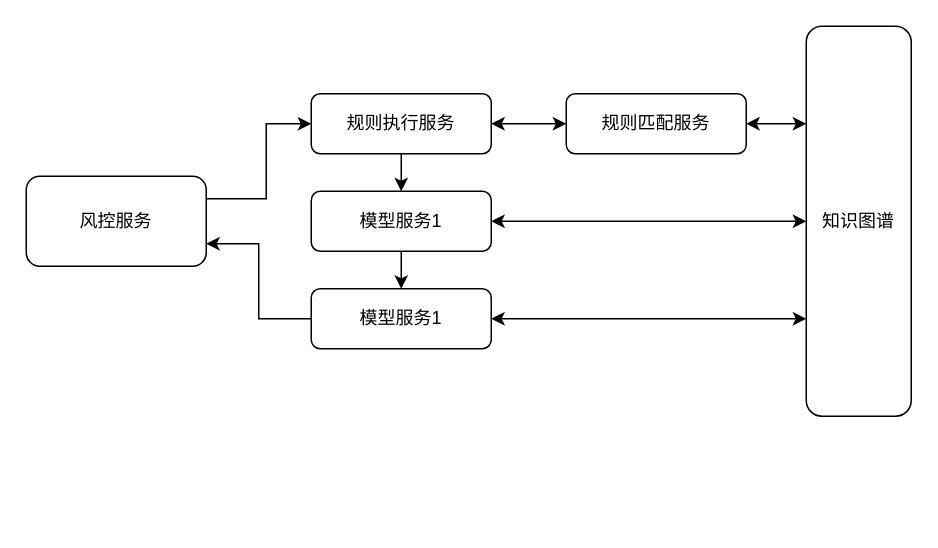
Above: 风控/风控引擎架构.drawio in XiaoLiuAI/diagrams (draw.io), before the change. Source tidied: cells renumbered, new cells numbered last; positions are measured from the earlier drawing's top-left corner, leaving out a move shared by most shapes. Both pictures are drawn from the tidied source at 150%, with x=0, y=0 at pixel (26, 26).
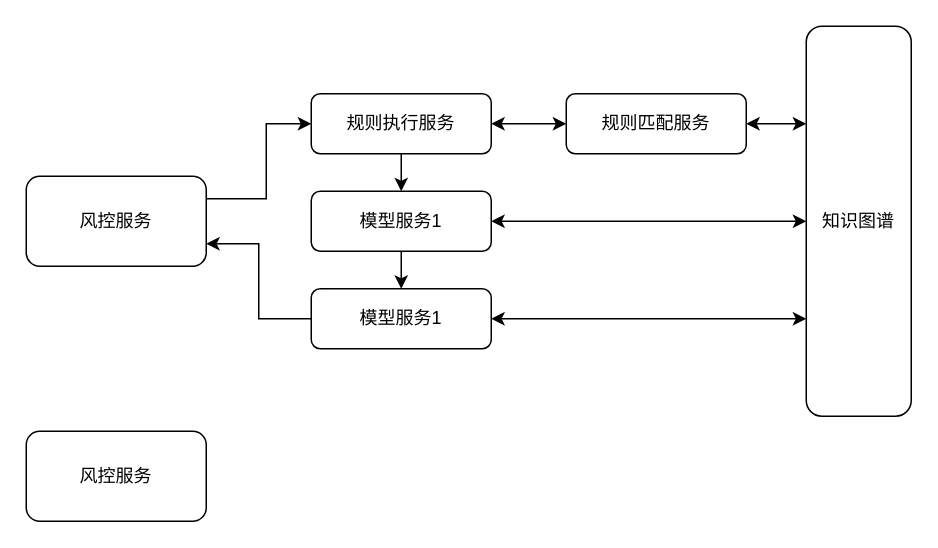
The same diagram, later.

Commit message (it also covers changes not shown here):
更新风控引擎架构.drawio

The edit, as a diff of the source:
```diff
@@
+    <mxCell id="18" value="风控服务" style="rounded=1;whiteSpace=wrap;html=1;" parent="1" vertex="1">
+      <mxGeometry y="270" width="120" height="60" as="geometry" />
+    </mxCell>
```
